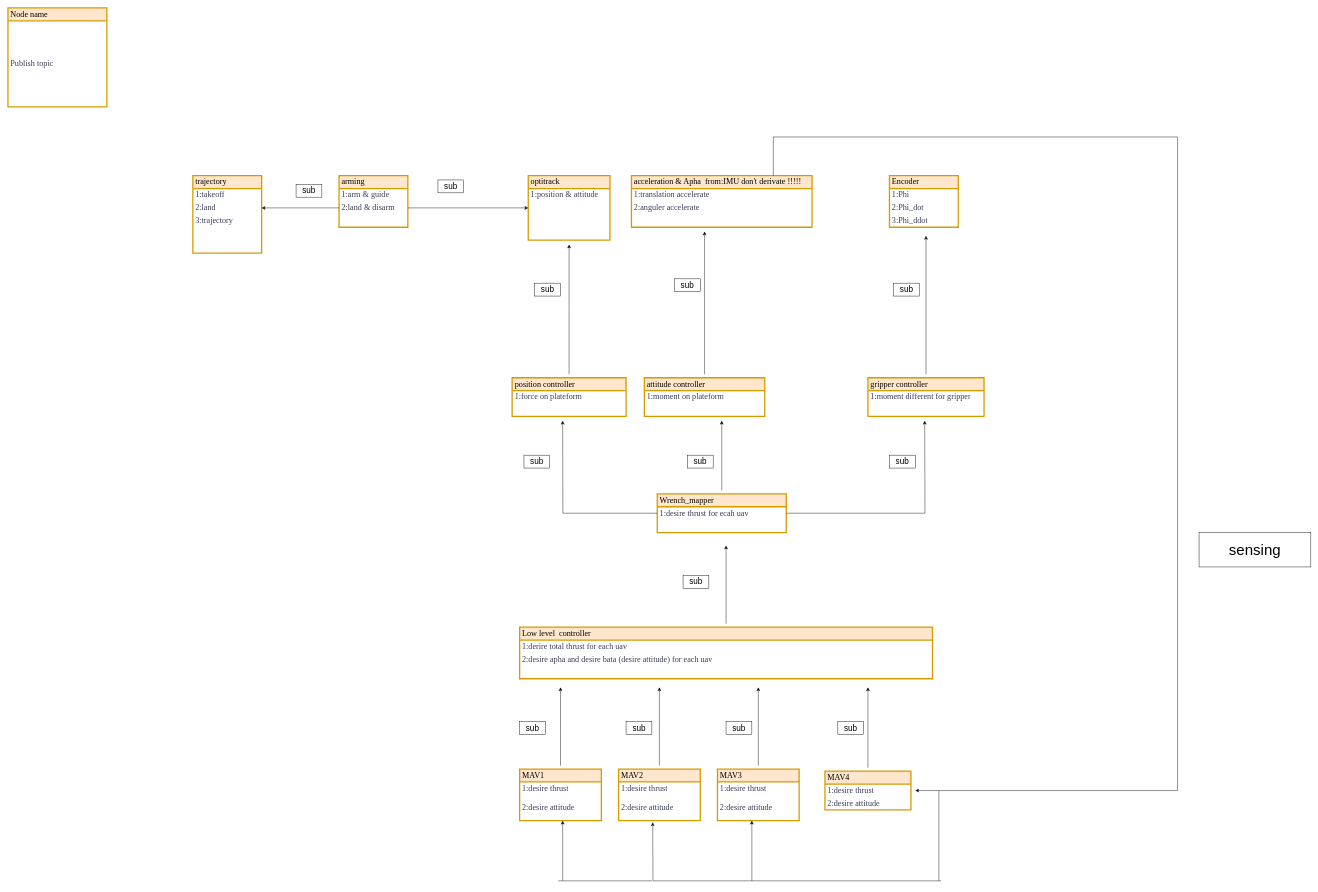
CYMElee/EXP_WS keeps this draw.io diagram as ros_block_diagram.drawio. Above is the earlier version. Source tidied: cells renumbered, new cells numbered last; positions are measured from the earlier drawing's top-left corner, leaving out a move shared by most shapes. Both pictures are drawn from the tidied source at 43%, with x=0, y=0 at pixel (8, 8).
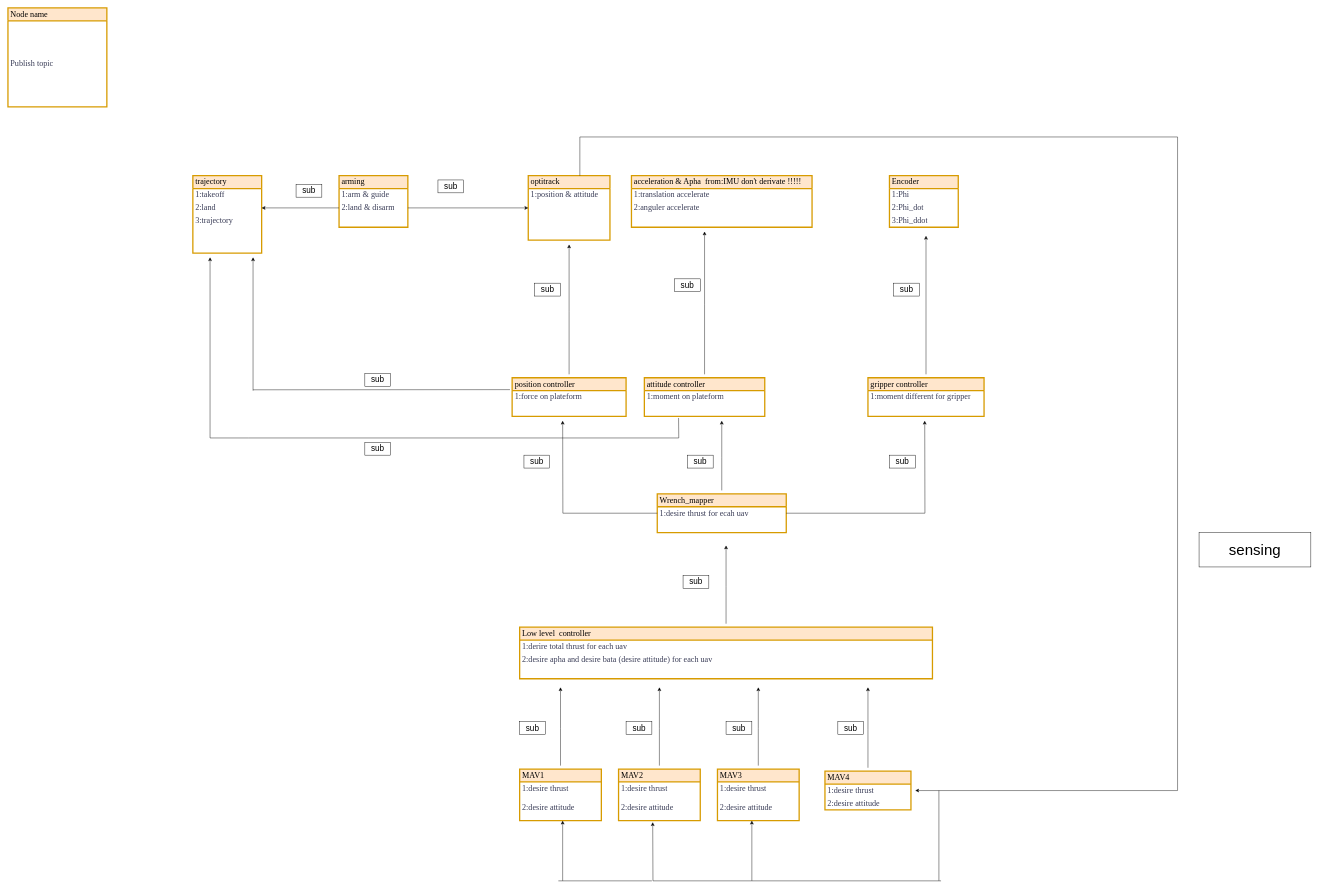
After the change.

Unchanged cells that the change refers to:
```xml
<mxCell id="21" value="1:force on plateform" style="text;strokeColor=none;fillColor=none;align=left;verticalAlign=middle;spacingLeft=4;spacingRight=4;overflow=hidden;points=[[0,0.5],[1,0.5]];portConstraint=eastwest;whiteSpace=wrap;html=1;fontSize=19;fontFamily=Times New Roman;fontColor=#393C56;" parent="20" vertex="1">
  <mxGeometry y="30" width="265" height="30" as="geometry" />
</mxCell>
<mxCell id="26" style="text;strokeColor=none;fillColor=none;align=left;verticalAlign=middle;spacingLeft=4;spacingRight=4;overflow=hidden;points=[[0,0.5],[1,0.5]];portConstraint=eastwest;whiteSpace=wrap;html=1;fontSize=19;fontFamily=Times New Roman;fontColor=#393C56;" parent="24" vertex="1">
  <mxGeometry y="60" width="280" height="30" as="geometry" />
</mxCell>
```

What changed in the source:
```diff
@@
     <mxCell id="83" style="endArrow=none;html=1;rounded=0;fontSize=19;" parent="1" edge="1">
       <mxGeometry relative="1" as="geometry">
-        <mxPoint x="1780" y="300" as="sourcePoint" />
+        <mxPoint x="1330" y="300" as="sourcePoint" />
         <mxPoint x="2720" y="300" as="targetPoint" />
       </mxGeometry>
     </mxCell>
@@
     <mxCell id="85" style="endArrow=none;html=1;rounded=0;fontSize=19;" parent="1" edge="1">
       <mxGeometry relative="1" as="geometry">
-        <mxPoint x="1780" y="390" as="sourcePoint" />
-        <mxPoint x="1780" y="300" as="targetPoint" />
+        <mxPoint x="1330" y="390" as="sourcePoint" />
+        <mxPoint x="1330" y="300" as="targetPoint" />
       </mxGeometry>
     </mxCell>
@@
+    <mxCell id="94" style="endArrow=none;html=1;rounded=0;entryX=-0.019;entryY=-0.079;entryDx=0;entryDy=0;entryPerimeter=0;" parent="1" edge="1" target="21">
+      <mxGeometry relative="1" as="geometry">
+        <mxPoint x="570" y="888" as="sourcePoint" />
+      </mxGeometry>
+    </mxCell>
+    <mxCell id="95" style="endArrow=classic;html=1;rounded=0;" parent="1" edge="1">
+      <mxGeometry relative="1" as="geometry">
+        <mxPoint x="570" y="890" as="sourcePoint" />
+        <mxPoint x="570" y="580" as="targetPoint" />
+      </mxGeometry>
+    </mxCell>
+    <mxCell id="96" style="endArrow=none;html=1;rounded=0;" parent="1" edge="1">
+      <mxGeometry relative="1" as="geometry">
+        <mxPoint x="560" y="1000" as="sourcePoint" />
+        <mxPoint x="1560" y="1000" as="targetPoint" />
+      </mxGeometry>
+    </mxCell>
+    <mxCell id="97" style="endArrow=none;html=1;rounded=0;" parent="1" edge="1">
+      <mxGeometry relative="1" as="geometry">
+        <mxPoint x="470" y="1000" as="sourcePoint" />
+        <mxPoint x="560" y="1000" as="targetPoint" />
+      </mxGeometry>
+    </mxCell>
+    <mxCell id="98" style="endArrow=classic;html=1;rounded=0;" parent="1" edge="1">
+      <mxGeometry relative="1" as="geometry">
+        <mxPoint x="470" y="1000" as="sourcePoint" />
+        <mxPoint x="470" y="580" as="targetPoint" />
+      </mxGeometry>
+    </mxCell>
+    <mxCell id="99" style="endArrow=none;html=1;rounded=0;entryX=0.284;entryY=1.115;entryDx=0;entryDy=0;entryPerimeter=0;" parent="1" edge="1" target="26">
+      <mxGeometry relative="1" as="geometry">
+        <mxPoint x="1560" y="1000" as="sourcePoint" />
+      </mxGeometry>
+    </mxCell>
+    <mxCell id="100" value="&lt;font style=&quot;font-size: 19px;&quot;&gt;sub&lt;/font&gt;" style="text;html=1;strokeColor=default;fillColor=none;align=center;verticalAlign=middle;whiteSpace=wrap;rounded=0;strokeWidth=1;fontSize=19;" parent="1" vertex="1">
+      <mxGeometry x="830" y="1010" width="60" height="30" as="geometry" />
+    </mxCell>
+    <mxCell id="101" value="&lt;font style=&quot;font-size: 19px;&quot;&gt;sub&lt;/font&gt;" style="text;html=1;strokeColor=default;fillColor=none;align=center;verticalAlign=middle;whiteSpace=wrap;rounded=0;strokeWidth=1;fontSize=19;" parent="1" vertex="1">
+      <mxGeometry x="830" y="850" width="60" height="30" as="geometry" />
+    </mxCell>
```
